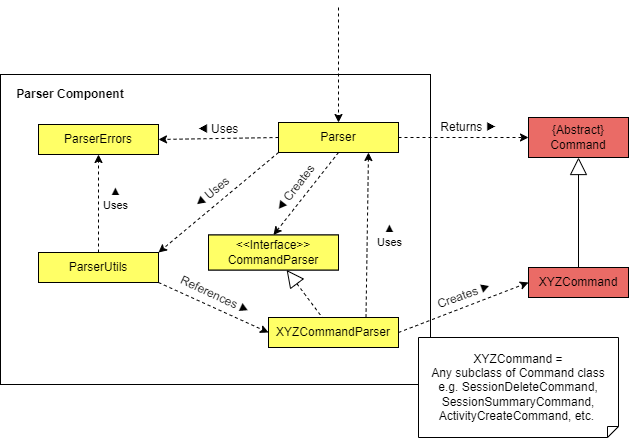
The draw.io diagram docs/images/developerguide/ParserComponent.drawio.png in nus-cs2113-AY2122S2/tp, before a commit. Source tidied: cells renumbered, new cells last; positions are measured from the earlier drawing's top-left corner, leaving out a move shared by most shapes.
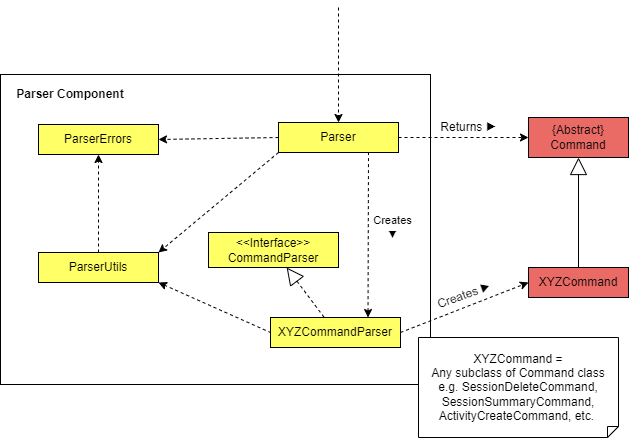
After the change.

Commit message:
Update parser component diagram to align with changes made

The edit, as a diff of the source:
```diff
@@ -11,9 +11,6 @@
     <mxCell id="4" style="edgeStyle=none;rounded=0;jettySize=auto;html=1;exitX=0;exitY=1;exitDx=0;exitDy=0;entryX=1;entryY=0;entryDx=0;entryDy=0;shadow=0;dashed=1;endArrow=classic;endFill=1;endSize=6;strokeWidth=1;" parent="1" edge="1" source="6" target="11">
       <mxGeometry y="25" relative="1" as="geometry" />
     </mxCell>
-    <mxCell id="5" style="edgeStyle=none;rounded=0;jettySize=auto;html=1;exitX=0.5;exitY=1;exitDx=0;exitDy=0;entryX=0.5;entryY=0;entryDx=0;entryDy=0;dashed=1;startArrow=none;startFill=0;endArrow=classic;endFill=1;startSize=15;endSize=6;sourcePerimeterSpacing=0;strokeWidth=1;" parent="1" edge="1" source="6" target="22">
-      <mxGeometry relative="1" as="geometry" />
-    </mxCell>
     <mxCell id="6" value="Parser" style="rounded=0;whiteSpace=wrap;html=1;" parent="1" vertex="1">
       <mxGeometry x="278" y="115" width="120" height="30" as="geometry" />
     </mxCell>
@@ -23,12 +20,7 @@
     <mxCell id="8" style="rounded=0;jettySize=auto;html=1;exitX=0.5;exitY=0;exitDx=0;exitDy=0;entryX=0.5;entryY=1;entryDx=0;entryDy=0;shadow=0;dashed=1;" parent="1" edge="1" source="11" target="7">
       <mxGeometry relative="1" as="geometry" />
     </mxCell>
-    <mxCell id="9" value="▲&lt;br&gt;Uses" style="edgeLabel;html=1;align=center;verticalAlign=middle;" parent="8" vertex="1">
-      <mxGeometry x="0.37" relative="1" as="geometry">
-        <mxPoint x="16" y="12" as="offset" />
-      </mxGeometry>
-    </mxCell>
-    <mxCell id="10" style="rounded=0;jettySize=auto;html=1;entryX=0;entryY=0.5;entryDx=0;entryDy=0;dashed=1;exitX=1;exitY=1;exitDx=0;exitDy=0;" parent="1" edge="1" source="11" target="20">
+    <mxCell id="10" style="rounded=0;jettySize=auto;html=1;entryX=0;entryY=0.5;entryDx=0;entryDy=0;dashed=1;exitX=1;exitY=1;exitDx=0;exitDy=0;startArrow=classic;startFill=1;endArrow=none;endFill=0;" parent="1" edge="1" source="11" target="20">
       <mxGeometry relative="1" as="geometry" />
     </mxCell>
     <mxCell id="11" value="ParserUtils" style="rounded=0;whiteSpace=wrap;html=1;" parent="1" vertex="1">
@@ -59,17 +51,17 @@
     <mxCell id="18" value="Parser Component" style="text;html=1;strokeColor=none;fillColor=none;align=center;verticalAlign=middle;whiteSpace=wrap;rounded=0;labelBackgroundColor=none;labelBorderColor=none;fontSize=12;fontStyle=1;" parent="1" vertex="1">
       <mxGeometry y="67" width="140" height="40" as="geometry" />
     </mxCell>
-    <mxCell id="19" style="rounded=0;jettySize=auto;html=1;dashed=1;startArrow=none;startFill=0;endArrow=classic;endFill=1;startSize=15;endSize=6;sourcePerimeterSpacing=0;strokeWidth=1;exitX=0.75;exitY=0;exitDx=0;exitDy=0;entryX=0.75;entryY=1;entryDx=0;entryDy=0;" parent="1" edge="1" source="20" target="6">
+    <mxCell id="19" style="rounded=0;jettySize=auto;html=1;dashed=1;startArrow=classic;startFill=1;endArrow=none;endFill=0;startSize=6;endSize=6;sourcePerimeterSpacing=0;strokeWidth=1;exitX=0.75;exitY=0;exitDx=0;exitDy=0;entryX=0.75;entryY=1;entryDx=0;entryDy=0;" parent="1" edge="1" source="20" target="6">
       <mxGeometry relative="1" as="geometry" />
     </mxCell>
-    <mxCell id="20" value="XYZCommandParser" style="rounded=0;whiteSpace=wrap;html=1;" parent="1" vertex="1">
-      <mxGeometry x="268" y="310" width="130" height="30" as="geometry" />
+    <mxCell id="20" value="XYZCommandParser" style="rounded=0;whiteSpace=wrap;html=1;fillColor=#FFFF66;" parent="1" vertex="1">
+      <mxGeometry x="270" y="310" width="130" height="30" as="geometry" />
     </mxCell>
     <mxCell id="21" style="rounded=0;jettySize=auto;html=1;dashed=1;endArrow=none;endFill=0;startArrow=block;startFill=0;strokeWidth=1;endSize=6;sourcePerimeterSpacing=0;startSize=15;" parent="1" edge="1" source="22" target="20">
       <mxGeometry relative="1" as="geometry" />
     </mxCell>
-    <mxCell id="22" value="&amp;lt;&amp;lt;Interface&amp;gt;&amp;gt;&lt;br&gt;CommandParser" style="rounded=0;whiteSpace=wrap;html=1;" parent="1" vertex="1">
-      <mxGeometry x="208" y="227.5" width="130" height="35" as="geometry" />
+    <mxCell id="22" value="&amp;lt;&amp;lt;Interface&amp;gt;&amp;gt;&lt;br&gt;CommandParser" style="rounded=0;whiteSpace=wrap;html=1;fillColor=#FFFF66;" parent="1" vertex="1">
+      <mxGeometry x="208" y="225" width="130" height="35" as="geometry" />
     </mxCell>
     <mxCell id="23" style="edgeStyle=none;rounded=0;orthogonalLoop=1;jettySize=auto;html=1;exitX=0.75;exitY=1;exitDx=0;exitDy=0;dashed=1;startArrow=none;startFill=0;endArrow=classic;endFill=1;startSize=15;endSize=6;sourcePerimeterSpacing=0;strokeWidth=1;" parent="1" edge="1" source="22" target="22">
       <mxGeometry relative="1" as="geometry" />
@@ -82,20 +74,10 @@
         <mxPoint x="1" as="offset" />
       </mxGeometry>
     </mxCell>
-    <mxCell id="26" value="◀ Uses" style="text;html=1;strokeColor=none;fillColor=none;align=center;verticalAlign=middle;whiteSpace=wrap;rounded=0;rotation=0;" parent="1" vertex="1">
-      <mxGeometry x="188" y="107" width="60" height="30" as="geometry" />
-    </mxCell>
-    <mxCell id="27" value="◀ Uses" style="text;html=1;strokeColor=none;fillColor=none;align=center;verticalAlign=middle;whiteSpace=wrap;rounded=0;rotation=-39.4;" parent="1" vertex="1">
-      <mxGeometry x="182" y="170" width="60" height="30" as="geometry" />
-    </mxCell>
-    <mxCell id="28" value="&lt;font style=&quot;font-size: 12px&quot;&gt;References&amp;nbsp;▶&lt;/font&gt;" style="text;html=1;strokeColor=none;fillColor=none;align=center;verticalAlign=middle;whiteSpace=wrap;rounded=0;rotation=25;" parent="1" vertex="1">
-      <mxGeometry x="185" y="273" width="60" height="30" as="geometry" />
-    </mxCell>
-    <mxCell id="29" value="◀ Creates" style="text;html=1;strokeColor=none;fillColor=none;align=center;verticalAlign=middle;whiteSpace=wrap;rounded=0;rotation=-52.1;" parent="1" vertex="1">
-      <mxGeometry x="265" y="166" width="60" height="30" as="geometry" />
-    </mxCell>
-    <mxCell id="30" value="▲&lt;br&gt;Uses" style="edgeLabel;html=1;align=center;verticalAlign=middle;" parent="1" vertex="1">
-      <mxGeometry x="388" y="227.5" as="geometry" />
+    <mxCell id="30" value="Creates&lt;br&gt;▼" style="edgeLabel;html=1;align=center;verticalAlign=middle;" parent="1" vertex="1">
+      <mxGeometry x="388" y="227.5" as="geometry">
+        <mxPoint x="3" y="-8" as="offset" />
+      </mxGeometry>
     </mxCell>
     <mxCell id="31" value="&lt;font style=&quot;font-size: 12px&quot;&gt;Creates ▶&lt;/font&gt;" style="text;html=1;strokeColor=none;fillColor=none;align=center;verticalAlign=middle;whiteSpace=wrap;rounded=0;rotation=-19.8;" parent="1" vertex="1">
       <mxGeometry x="434" y="273" width="60" height="30" as="geometry" />
@@ -109,12 +91,6 @@
     <mxCell id="34" value="ParserUtils" style="rounded=0;whiteSpace=wrap;html=1;fillColor=#FFFF66;" parent="1" vertex="1">
       <mxGeometry x="38" y="245" width="120" height="30" as="geometry" />
     </mxCell>
-    <mxCell id="35" value="&amp;lt;&amp;lt;Interface&amp;gt;&amp;gt;&lt;br&gt;CommandParser" style="rounded=0;whiteSpace=wrap;html=1;fillColor=#FFFF66;" parent="1" vertex="1">
-      <mxGeometry x="208" y="227.5" width="130" height="35" as="geometry" />
-    </mxCell>
-    <mxCell id="36" value="XYZCommandParser" style="rounded=0;whiteSpace=wrap;html=1;fillColor=#FFFF66;" parent="1" vertex="1">
-      <mxGeometry x="268" y="310" width="130" height="30" as="geometry" />
-    </mxCell>
     <mxCell id="37" value="XYZCommand" style="rounded=0;whiteSpace=wrap;html=1;fillColor=#EA6B66;" parent="1" vertex="1">
       <mxGeometry x="528" y="260" width="100" height="30" as="geometry" />
     </mxCell>
```
